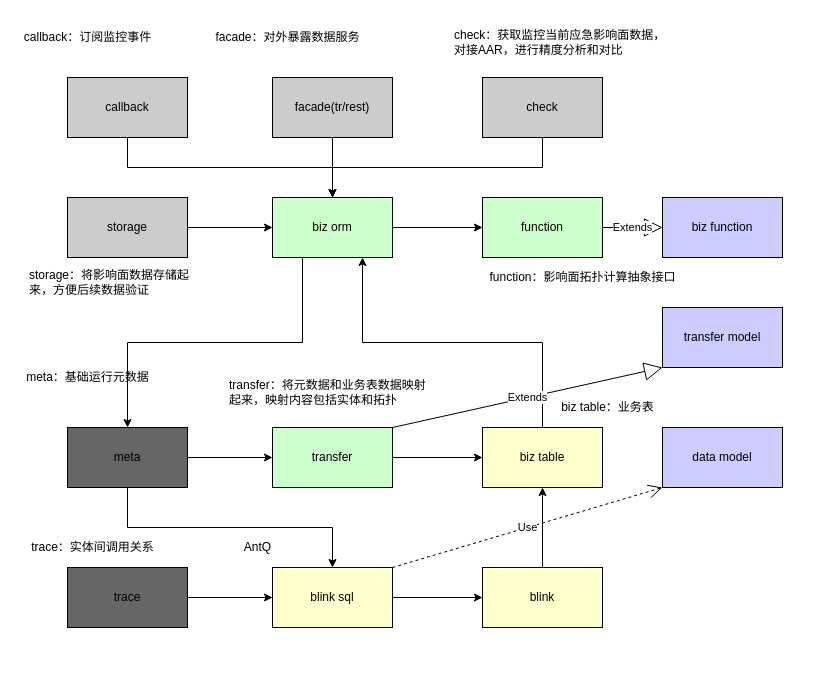
Before: 蚂蚁金服/RMC/蚂蚁金服-RMC-[20200825]-自动影响面内部系统交互.drawio in frankneu/draw.io, a draw.io diagram. Source tidied: cells renumbered, new cells numbered last; positions are measured from the earlier drawing's top-left corner, leaving out a move shared by most shapes. Both pictures are drawn from the tidied source at 100%, with x=0, y=0 at pixel (17, 27).
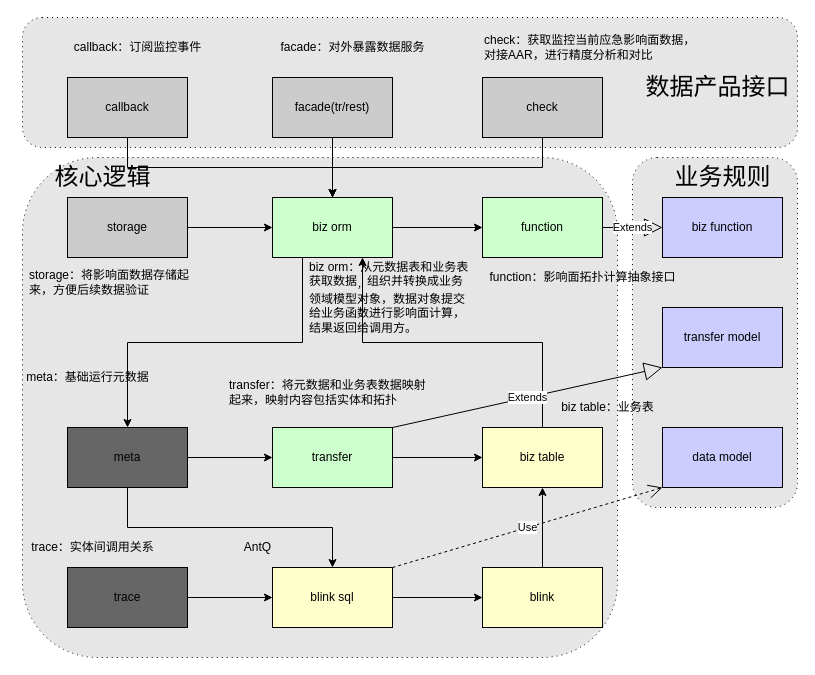
The same page after the edit.

Commit message:
Update 蚂蚁金服-RMC-[20200825]-自动影响面内部系统交互.drawio

Diff of the diagram source:
```diff
@@
+    <mxCell id="43" style="shape=ext;rounded=1;html=1;whiteSpace=wrap;dashed=1;dashPattern=1 4;fillColor=#E6E6E6;" parent="1" vertex="1">
+      <mxGeometry x="5" y="-10" width="775" height="130" as="geometry" />
+    </mxCell>
+    <mxCell id="44" style="shape=ext;rounded=1;html=1;whiteSpace=wrap;dashed=1;dashPattern=1 4;fillColor=#E6E6E6;" parent="1" vertex="1">
+      <mxGeometry x="5" y="130" width="595" height="500" as="geometry" />
+    </mxCell>
+    <mxCell id="45" style="shape=ext;rounded=1;html=1;whiteSpace=wrap;dashed=1;dashPattern=1 4;fillColor=#E6E6E6;" parent="1" vertex="1">
+      <mxGeometry x="615" y="130" width="165" height="350" as="geometry" />
+    </mxCell>
@@
     <mxCell id="40" value="callback：订阅监控事件" style="text;html=1;align=center;verticalAlign=middle;" parent="1" vertex="1">
-      <mxGeometry width="140" height="20" as="geometry" />
+      <mxGeometry x="50" y="10" width="140" height="20" as="geometry" />
     </mxCell>
     <mxCell id="41" value="facade：对外暴露数据服务" style="text;html=1;align=center;verticalAlign=middle;" parent="1" vertex="1">
-      <mxGeometry x="190" width="160" height="20" as="geometry" />
+      <mxGeometry x="255" y="10" width="160" height="20" as="geometry" />
     </mxCell>
     <mxCell id="42" value="check：获取监控当前应急影响面数据，&lt;br&gt;对接AAR，进行精度分析和对比" style="text;html=1;align=left;verticalAlign=middle;" parent="1" vertex="1">
-      <mxGeometry x="435" width="230" height="30" as="geometry" />
+      <mxGeometry x="465" y="5" width="230" height="30" as="geometry" />
     </mxCell>
+    <mxCell id="46" value="biz orm：从元数据表和业务表&lt;br&gt;获取数据&lt;sub&gt;，&lt;/sub&gt;组织并转换成业务&lt;br&gt;领域模型对象，数据对象&lt;span&gt;提交&lt;br&gt;给业务函数进行影响面计算，&lt;br&gt;结果返回给调用方。&lt;/span&gt;" style="text;html=1;align=left;verticalAlign=middle;" parent="1" vertex="1">
+      <mxGeometry x="290" y="230" width="170" height="80" as="geometry" />
+    </mxCell>
+    <mxCell id="47" value="&lt;font style=&quot;font-size: 24px&quot;&gt;数据产品接口&lt;/font&gt;" style="text;html=1;align=center;verticalAlign=middle;" parent="1" vertex="1">
+      <mxGeometry x="620" y="50" width="160" height="20" as="geometry" />
+    </mxCell>
+    <mxCell id="48" value="&lt;font style=&quot;font-size: 24px&quot;&gt;业务规则&lt;/font&gt;" style="text;html=1;align=center;verticalAlign=middle;" parent="1" vertex="1">
+      <mxGeometry x="650" y="140" width="110" height="20" as="geometry" />
+    </mxCell>
+    <mxCell id="49" value="&lt;font style=&quot;font-size: 24px&quot;&gt;核心逻辑&lt;/font&gt;" style="text;html=1;align=center;verticalAlign=middle;" parent="1" vertex="1">
+      <mxGeometry x="30" y="140" width="110" height="20" as="geometry" />
+    </mxCell>
```
